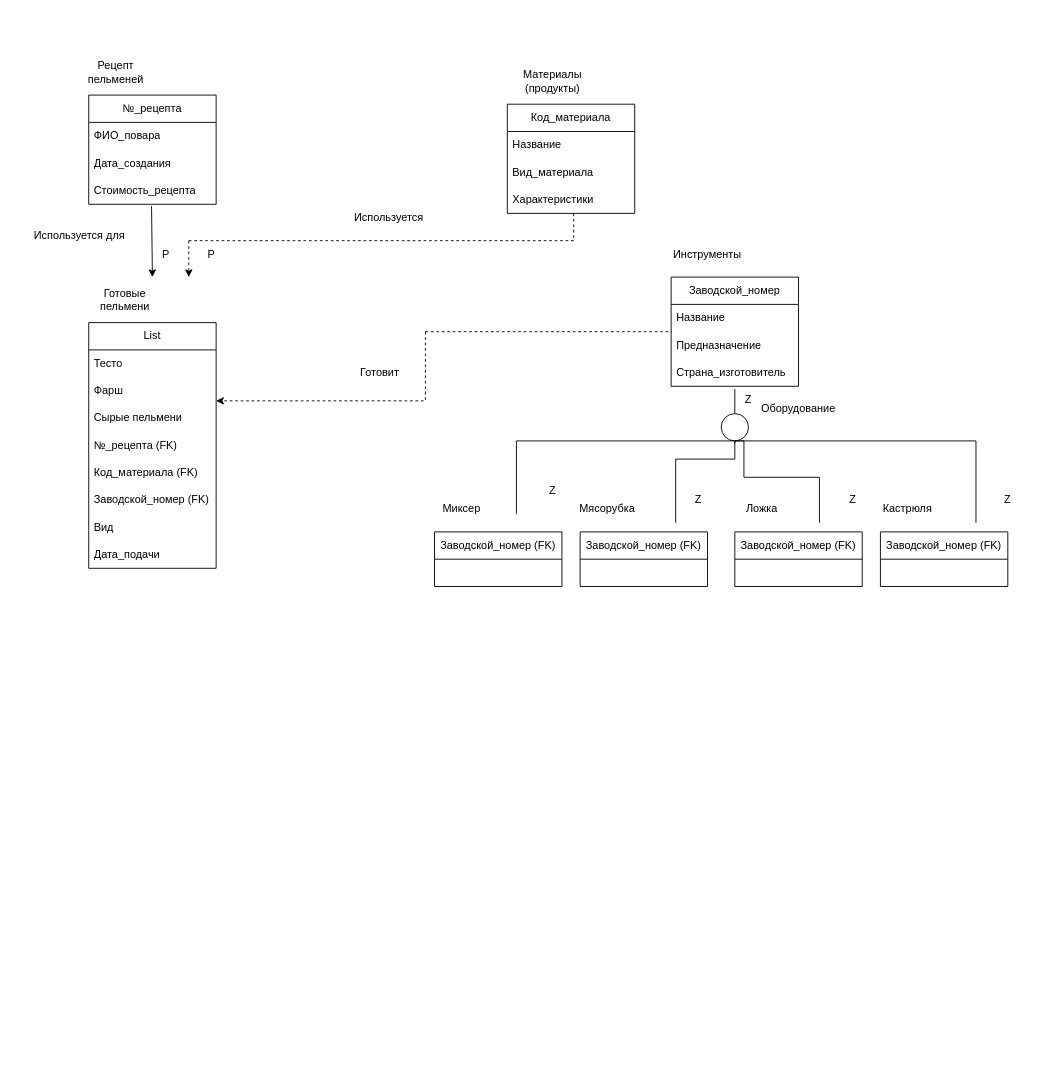
Discordiks/Rabota keeps this draw.io diagram as page "Страница 2" (2 of 2) of Pelmeni.drawio. Above is the earlier version. Source tidied: cells renumbered, new cells numbered last; positions are measured from the earlier drawing's top-left corner, leaving out a move shared by most shapes. Both pictures are drawn from the tidied source at 91%, with x=0, y=0 at pixel (15, 58).
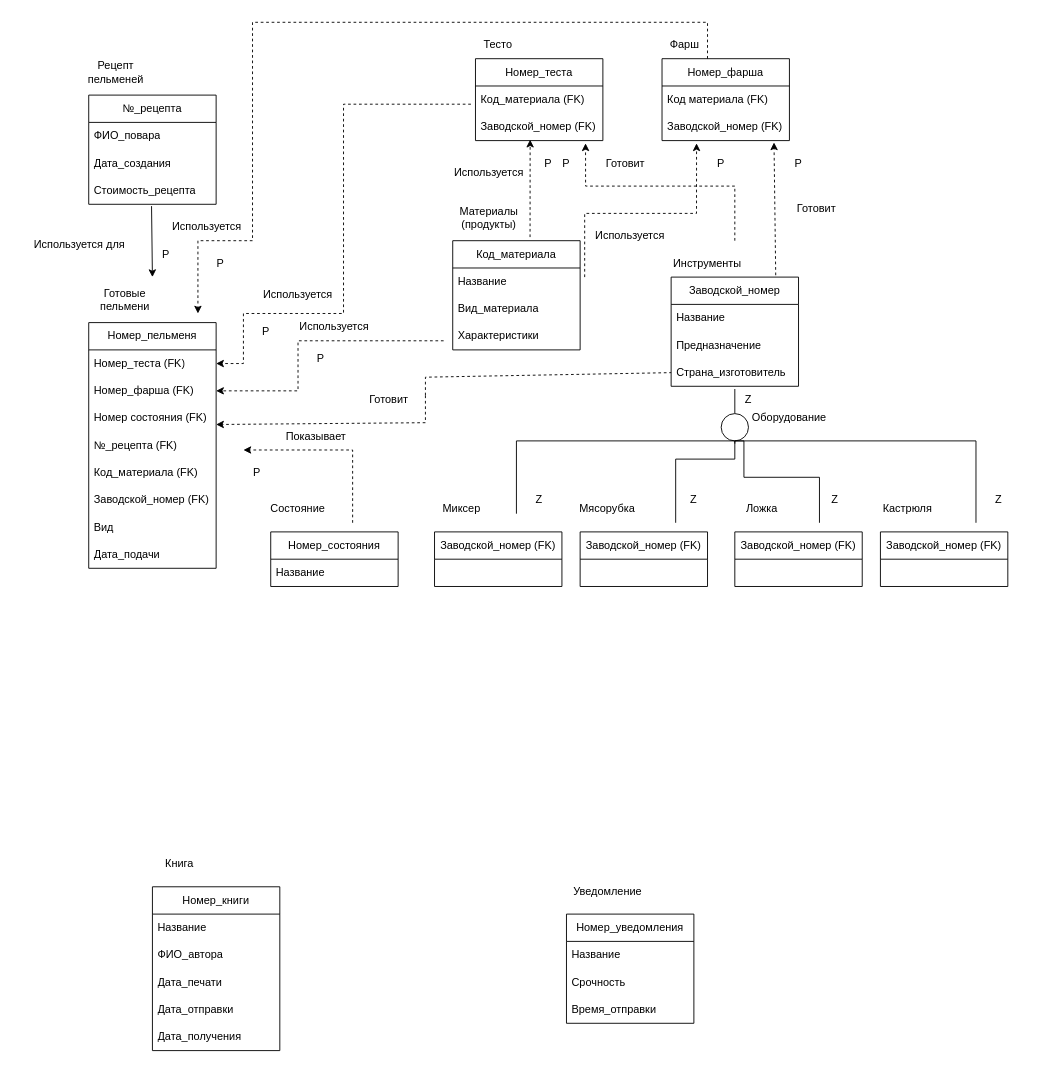
The same diagram, later.

Unchanged cells that the change refers to:
```xml
<mxCell id="10" value="Характеристики" style="text;strokeColor=none;fillColor=none;align=left;verticalAlign=middle;spacingLeft=4;spacingRight=4;overflow=hidden;points=[[0,0.5],[1,0.5]];portConstraint=eastwest;whiteSpace=wrap;html=1;" parent="7" vertex="1">
  <mxGeometry y="90" width="140" height="30" as="geometry" />
</mxCell>
<mxCell id="22" value="Заводской_номер" style="swimlane;fontStyle=0;horizontal=1;startSize=30;whiteSpace=wrap;html=1;" parent="1" vertex="1">
  <mxGeometry x="720" y="240" width="140" height="120" as="geometry" />
</mxCell>
<mxCell id="24" value="Предназначение" style="text;strokeColor=none;fillColor=none;align=left;verticalAlign=middle;spacingLeft=4;spacingRight=4;overflow=hidden;points=[[0,0.5],[1,0.5]];portConstraint=eastwest;whiteSpace=wrap;html=1;" parent="22" vertex="1">
  <mxGeometry y="60" width="140" height="30" as="geometry" />
</mxCell>
<mxCell id="25" value="Страна_изготовитель" style="text;strokeColor=none;fillColor=none;align=left;verticalAlign=middle;spacingLeft=4;spacingRight=4;overflow=hidden;points=[[0,0.5],[1,0.5]];portConstraint=eastwest;whiteSpace=wrap;html=1;" parent="22" vertex="1">
  <mxGeometry y="90" width="140" height="30" as="geometry" />
</mxCell>
```

Change to the diagram source:
```diff
@@
     <mxCell id="7" value="Код_материала" style="swimlane;fontStyle=0;horizontal=1;startSize=30;whiteSpace=wrap;html=1;" parent="1" vertex="1">
-      <mxGeometry x="540" y="50" width="140" height="120" as="geometry" />
+      <mxGeometry x="480" y="200" width="140" height="120" as="geometry" />
     </mxCell>
@@
     <mxCell id="11" value="Материалы&lt;br&gt;(продукты)" style="text;html=1;strokeColor=none;fillColor=none;align=center;verticalAlign=middle;whiteSpace=wrap;rounded=0;" parent="1" vertex="1">
-      <mxGeometry x="540" y="10" width="100" height="30" as="geometry" />
+      <mxGeometry x="470" y="160" width="100" height="30" as="geometry" />
     </mxCell>
-    <mxCell id="12" value="List" style="swimlane;fontStyle=0;horizontal=1;startSize=30;whiteSpace=wrap;html=1;" parent="1" vertex="1">
+    <mxCell id="12" value="Номер_пельменя" style="swimlane;fontStyle=0;horizontal=1;startSize=30;whiteSpace=wrap;html=1;" parent="1" vertex="1">
       <mxGeometry x="80" y="290" width="140" height="270" as="geometry" />
     </mxCell>
-    <mxCell id="13" value="Тесто" style="text;strokeColor=none;fillColor=none;align=left;verticalAlign=middle;spacingLeft=4;spacingRight=4;overflow=hidden;points=[[0,0.5],[1,0.5]];portConstraint=eastwest;whiteSpace=wrap;html=1;" parent="12" vertex="1">
+    <mxCell id="13" value="Номер_теста (FK)" style="text;strokeColor=none;fillColor=none;align=left;verticalAlign=middle;spacingLeft=4;spacingRight=4;overflow=hidden;points=[[0,0.5],[1,0.5]];portConstraint=eastwest;whiteSpace=wrap;html=1;" parent="12" vertex="1">
       <mxGeometry y="30" width="140" height="30" as="geometry" />
     </mxCell>
-    <mxCell id="14" value="Фарш" style="text;strokeColor=none;fillColor=none;align=left;verticalAlign=middle;spacingLeft=4;spacingRight=4;overflow=hidden;points=[[0,0.5],[1,0.5]];portConstraint=eastwest;whiteSpace=wrap;html=1;" parent="12" vertex="1">
+    <mxCell id="14" value="Номер_фарша (FK)" style="text;strokeColor=none;fillColor=none;align=left;verticalAlign=middle;spacingLeft=4;spacingRight=4;overflow=hidden;points=[[0,0.5],[1,0.5]];portConstraint=eastwest;whiteSpace=wrap;html=1;" parent="12" vertex="1">
       <mxGeometry y="60" width="140" height="30" as="geometry" />
     </mxCell>
-    <mxCell id="15" value="Сырые пельмени" style="text;strokeColor=none;fillColor=none;align=left;verticalAlign=middle;spacingLeft=4;spacingRight=4;overflow=hidden;points=[[0,0.5],[1,0.5]];portConstraint=eastwest;whiteSpace=wrap;html=1;" parent="12" vertex="1">
+    <mxCell id="15" value="Номер состояния (FK)" style="text;strokeColor=none;fillColor=none;align=left;verticalAlign=middle;spacingLeft=4;spacingRight=4;overflow=hidden;points=[[0,0.5],[1,0.5]];portConstraint=eastwest;whiteSpace=wrap;html=1;" parent="12" vertex="1">
       <mxGeometry y="90" width="140" height="30" as="geometry" />
     </mxCell>
@@
     <mxCell id="26" value="Инструменты" style="text;html=1;strokeColor=none;fillColor=none;align=center;verticalAlign=middle;whiteSpace=wrap;rounded=0;" parent="1" vertex="1">
-      <mxGeometry x="720" y="200" width="80" height="30" as="geometry" />
+      <mxGeometry x="720" y="210" width="80" height="30" as="geometry" />
     </mxCell>
@@
     <mxCell id="36" value="Используется для" style="text;html=1;strokeColor=none;fillColor=none;align=center;verticalAlign=middle;whiteSpace=wrap;rounded=0;" parent="1" vertex="1">
-      <mxGeometry y="180" width="140" height="30" as="geometry" />
+      <mxGeometry y="190" width="140" height="30" as="geometry" />
     </mxCell>
     <mxCell id="37" value="Используется" style="text;html=1;strokeColor=none;fillColor=none;align=center;verticalAlign=middle;whiteSpace=wrap;rounded=0;" parent="1" vertex="1">
-      <mxGeometry x="380" y="160" width="60" height="30" as="geometry" />
+      <mxGeometry x="320" y="280" width="60" height="30" as="geometry" />
     </mxCell>
-    <mxCell id="38" style="endArrow=none;html=1;rounded=0;dashed=1;entryX=0.521;entryY=1;entryDx=0;entryDy=0;entryPerimeter=0;" parent="1" edge="1" target="10">
-      <mxGeometry relative="1" as="geometry">
-        <mxPoint x="190" y="200" as="sourcePoint" />
-        <Array as="points">
-          <mxPoint x="613" y="200" />
-        </Array>
-      </mxGeometry>
-    </mxCell>
-    <mxCell id="39" style="endArrow=classic;html=1;rounded=0;dashed=1;" parent="1" edge="1">
-      <mxGeometry relative="1" as="geometry">
-        <mxPoint x="190" y="200" as="sourcePoint" />
-        <mxPoint x="190" y="240" as="targetPoint" />
-      </mxGeometry>
-    </mxCell>
@@
-    <mxCell id="41" value="Р&lt;br&gt;" style="text;html=1;strokeColor=none;fillColor=none;align=center;verticalAlign=middle;whiteSpace=wrap;rounded=0;" parent="1" vertex="1">
-      <mxGeometry x="200" y="200" width="30" height="30" as="geometry" />
-    </mxCell>
-    <mxCell id="42" style="endArrow=classic;html=1;rounded=0;dashed=1;entryX=1;entryY=-0.133;entryDx=0;entryDy=0;entryPerimeter=0;" parent="1" edge="1" target="15">
+    <mxCell id="42" style="endArrow=classic;html=1;rounded=0;dashed=1;entryX=1;entryY=0.733;entryDx=0;entryDy=0;entryPerimeter=0;" parent="1" edge="1" target="15">
       <mxGeometry relative="1" as="geometry">
-        <mxPoint x="450" y="300" as="sourcePoint" />
+        <mxPoint x="450" y="370" as="sourcePoint" />
         <Array as="points">
-          <mxPoint x="450" y="376" />
+          <mxPoint x="450" y="400" />
         </Array>
       </mxGeometry>
     </mxCell>
     <mxCell id="43" value="Готовит" style="text;html=1;strokeColor=none;fillColor=none;align=center;verticalAlign=middle;whiteSpace=wrap;rounded=0;" parent="1" vertex="1">
-      <mxGeometry x="370" y="330" width="60" height="30" as="geometry" />
+      <mxGeometry x="380" y="360" width="60" height="30" as="geometry" />
     </mxCell>
-    <mxCell id="44" style="endArrow=none;dashed=1;html=1;rounded=0;entryX=0.007;entryY=0;entryDx=0;entryDy=0;entryPerimeter=0;" parent="1" edge="1" target="24">
+    <mxCell id="44" style="endArrow=none;dashed=1;html=1;rounded=0;entryX=0;entryY=0.5;entryDx=0;entryDy=0;" parent="1" edge="1" target="25">
       <mxGeometry relative="1" as="geometry">
-        <mxPoint x="450" y="300" as="sourcePoint" />
+        <mxPoint x="450" y="370" as="sourcePoint" />
+        <Array as="points">
+          <mxPoint x="450" y="350" />
+        </Array>
       </mxGeometry>
     </mxCell>
@@
     <mxCell id="53" value="Z" style="text;html=1;strokeColor=none;fillColor=none;align=center;verticalAlign=middle;whiteSpace=wrap;rounded=0;" parent="1" vertex="1">
-      <mxGeometry x="560" y="460" width="60" height="30" as="geometry" />
+      <mxGeometry x="560" y="470" width="30" height="30" as="geometry" />
     </mxCell>
     <mxCell id="54" value="Z" style="text;html=1;strokeColor=none;fillColor=none;align=center;verticalAlign=middle;whiteSpace=wrap;rounded=0;" parent="1" vertex="1">
-      <mxGeometry x="720" y="470" width="60" height="30" as="geometry" />
+      <mxGeometry x="730" y="470" width="30" height="30" as="geometry" />
     </mxCell>
     <mxCell id="55" value="Z" style="text;html=1;strokeColor=none;fillColor=none;align=center;verticalAlign=middle;whiteSpace=wrap;rounded=0;" parent="1" vertex="1">
-      <mxGeometry x="890" y="470" width="60" height="30" as="geometry" />
+      <mxGeometry x="890" y="470" width="20" height="30" as="geometry" />
     </mxCell>
     <mxCell id="56" value="Z" style="text;html=1;strokeColor=none;fillColor=none;align=center;verticalAlign=middle;whiteSpace=wrap;rounded=0;" parent="1" vertex="1">
-      <mxGeometry x="1060" y="470" width="60" height="30" as="geometry" />
+      <mxGeometry x="1060" y="470" width="40" height="30" as="geometry" />
     </mxCell>
     <mxCell id="57" value="Оборудование" style="text;html=1;strokeColor=none;fillColor=none;align=center;verticalAlign=middle;whiteSpace=wrap;rounded=0;" parent="1" vertex="1">
-      <mxGeometry x="830" y="370" width="60" height="30" as="geometry" />
+      <mxGeometry x="820" y="380" width="60" height="30" as="geometry" />
     </mxCell>
+    <mxCell id="58" value="Номер_состояния" style="swimlane;fontStyle=0;horizontal=1;startSize=30;whiteSpace=wrap;html=1;" parent="1" vertex="1">
+      <mxGeometry x="280" y="520" width="140" height="60" as="geometry" />
+    </mxCell>
+    <mxCell id="59" value="Название" style="text;strokeColor=none;fillColor=none;align=left;verticalAlign=middle;spacingLeft=4;spacingRight=4;overflow=hidden;whiteSpace=wrap;html=1;" parent="58" vertex="1">
+      <mxGeometry y="30" width="140" height="30" as="geometry" />
+    </mxCell>
+    <mxCell id="60" value="Состояние" style="text;html=1;strokeColor=none;fillColor=none;align=center;verticalAlign=middle;whiteSpace=wrap;rounded=0;" parent="1" vertex="1">
+      <mxGeometry x="280" y="480" width="60" height="30" as="geometry" />
+    </mxCell>
+    <mxCell id="61" style="endArrow=classic;html=1;rounded=0;dashed=1;" parent="1" edge="1">
+      <mxGeometry relative="1" as="geometry">
+        <mxPoint x="370" y="510" as="sourcePoint" />
+        <mxPoint x="250" y="430" as="targetPoint" />
+        <Array as="points">
+          <mxPoint x="370" y="430" />
+        </Array>
+      </mxGeometry>
+    </mxCell>
+    <mxCell id="41" value="Р&lt;br&gt;" style="text;html=1;strokeColor=none;fillColor=none;align=center;verticalAlign=middle;whiteSpace=wrap;rounded=0;" parent="1" vertex="1">
+      <mxGeometry x="250" y="440" width="30" height="30" as="geometry" />
+    </mxCell>
+    <mxCell id="62" value="Показывает" style="text;html=1;strokeColor=none;fillColor=none;align=center;verticalAlign=middle;whiteSpace=wrap;rounded=0;" parent="1" vertex="1">
+      <mxGeometry x="280" y="400" width="100" height="30" as="geometry" />
+    </mxCell>
+    <mxCell id="63" value="Номер_теста" style="swimlane;fontStyle=0;horizontal=1;startSize=30;whiteSpace=wrap;html=1;" parent="1" vertex="1">
+      <mxGeometry x="505" width="140" height="90" as="geometry" />
+    </mxCell>
+    <mxCell id="64" value="Код_материала (FK)" style="text;strokeColor=none;fillColor=none;align=left;verticalAlign=middle;spacingLeft=4;spacingRight=4;overflow=hidden;whiteSpace=wrap;html=1;" parent="63" vertex="1">
+      <mxGeometry y="30" width="140" height="30" as="geometry" />
+    </mxCell>
+    <mxCell id="65" value="Заводской_номер (FK)" style="text;strokeColor=none;fillColor=none;align=left;verticalAlign=middle;spacingLeft=4;spacingRight=4;overflow=hidden;points=[[0,0.5],[1,0.5]];portConstraint=eastwest;whiteSpace=wrap;html=1;" parent="63" vertex="1">
+      <mxGeometry y="60" width="140" height="30" as="geometry" />
+    </mxCell>
+    <mxCell id="66" value="Номер_фарша" style="swimlane;fontStyle=0;horizontal=1;startSize=30;whiteSpace=wrap;html=1;" parent="1" vertex="1">
+      <mxGeometry x="710" width="140" height="90" as="geometry" />
+    </mxCell>
+    <mxCell id="67" value="Код материала (FK)" style="text;strokeColor=none;fillColor=none;align=left;verticalAlign=middle;spacingLeft=4;spacingRight=4;overflow=hidden;whiteSpace=wrap;html=1;" parent="66" vertex="1">
+      <mxGeometry y="30" width="140" height="30" as="geometry" />
+    </mxCell>
+    <mxCell id="68" value="Заводской_номер (FK)" style="text;strokeColor=none;fillColor=none;align=left;verticalAlign=middle;spacingLeft=4;spacingRight=4;overflow=hidden;points=[[0,0.5],[1,0.5]];portConstraint=eastwest;whiteSpace=wrap;html=1;" parent="66" vertex="1">
+      <mxGeometry y="60" width="140" height="30" as="geometry" />
+    </mxCell>
+    <mxCell id="69" style="endArrow=classic;html=1;rounded=0;dashed=1;entryX=0.864;entryY=1.1;entryDx=0;entryDy=0;entryPerimeter=0;edgeStyle=orthogonalEdgeStyle;" parent="1" edge="1" target="65">
+      <mxGeometry relative="1" as="geometry">
+        <mxPoint x="790" y="200" as="sourcePoint" />
+        <Array as="points">
+          <mxPoint x="790" y="200" />
+          <mxPoint x="790" y="140" />
+          <mxPoint x="626" y="140" />
+        </Array>
+      </mxGeometry>
+    </mxCell>
+    <mxCell id="70" style="endArrow=classic;html=1;rounded=0;dashed=1;entryX=0.429;entryY=0.967;entryDx=0;entryDy=0;entryPerimeter=0;exitX=0.607;exitY=-0.033;exitDx=0;exitDy=0;exitPerimeter=0;" parent="1" edge="1" source="7" target="65">
+      <mxGeometry relative="1" as="geometry" />
+    </mxCell>
+    <mxCell id="71" style="endArrow=classic;html=1;rounded=0;dashed=1;entryX=0.879;entryY=1.067;entryDx=0;entryDy=0;entryPerimeter=0;exitX=0.821;exitY=-0.017;exitDx=0;exitDy=0;exitPerimeter=0;" parent="1" edge="1" source="22" target="68">
+      <mxGeometry relative="1" as="geometry" />
+    </mxCell>
+    <mxCell id="72" style="endArrow=classic;html=1;rounded=0;dashed=1;edgeStyle=orthogonalEdgeStyle;entryX=1;entryY=0.5;entryDx=0;entryDy=0;" parent="1" edge="1" target="14">
+      <mxGeometry relative="1" as="geometry">
+        <mxPoint x="470" y="310" as="sourcePoint" />
+        <Array as="points">
+          <mxPoint x="470" y="310" />
+          <mxPoint x="310" y="310" />
+          <mxPoint x="310" y="365" />
+        </Array>
+      </mxGeometry>
+    </mxCell>
+    <mxCell id="73" style="endArrow=classic;html=1;rounded=0;dashed=1;entryX=1;entryY=0.5;entryDx=0;entryDy=0;edgeStyle=orthogonalEdgeStyle;" parent="1" edge="1" target="13">
+      <mxGeometry relative="1" as="geometry">
+        <mxPoint x="500" y="50" as="sourcePoint" />
+        <Array as="points">
+          <mxPoint x="360" y="50" />
+          <mxPoint x="360" y="280" />
+          <mxPoint x="250" y="280" />
+          <mxPoint x="250" y="335" />
+        </Array>
+      </mxGeometry>
+    </mxCell>
+    <mxCell id="74" style="endArrow=classic;html=1;rounded=0;dashed=1;exitX=0.357;exitY=0;exitDx=0;exitDy=0;exitPerimeter=0;" parent="1" edge="1" source="66">
+      <mxGeometry relative="1" as="geometry">
+        <mxPoint x="200" y="280" as="targetPoint" />
+        <Array as="points">
+          <mxPoint x="760" y="-40" />
+          <mxPoint x="260" y="-40" />
+          <mxPoint x="260" y="200" />
+          <mxPoint x="200" y="200" />
+        </Array>
+      </mxGeometry>
+    </mxCell>
+    <mxCell id="75" style="endArrow=classic;html=1;rounded=0;dashed=1;entryX=0.271;entryY=1.1;entryDx=0;entryDy=0;entryPerimeter=0;edgeStyle=orthogonalEdgeStyle;" parent="1" edge="1" target="68">
+      <mxGeometry relative="1" as="geometry">
+        <mxPoint x="625" y="240" as="sourcePoint" />
+        <Array as="points">
+          <mxPoint x="625" y="170" />
+          <mxPoint x="748" y="170" />
+        </Array>
+      </mxGeometry>
+    </mxCell>
+    <mxCell id="76" value="Используется" style="text;html=1;strokeColor=none;fillColor=none;align=center;verticalAlign=middle;whiteSpace=wrap;rounded=0;" parent="1" vertex="1">
+      <mxGeometry x="280" y="245" width="60" height="30" as="geometry" />
+    </mxCell>
+    <mxCell id="77" value="Используется" style="text;html=1;strokeColor=none;fillColor=none;align=center;verticalAlign=middle;whiteSpace=wrap;rounded=0;" parent="1" vertex="1">
+      <mxGeometry x="180" y="170" width="60" height="30" as="geometry" />
+    </mxCell>
+    <mxCell id="78" value="Используется" style="text;html=1;strokeColor=none;fillColor=none;align=center;verticalAlign=middle;whiteSpace=wrap;rounded=0;" parent="1" vertex="1">
+      <mxGeometry x="490" y="110" width="60" height="30" as="geometry" />
+    </mxCell>
+    <mxCell id="79" value="Используется" style="text;html=1;strokeColor=none;fillColor=none;align=center;verticalAlign=middle;whiteSpace=wrap;rounded=0;" parent="1" vertex="1">
+      <mxGeometry x="645" y="180" width="60" height="30" as="geometry" />
+    </mxCell>
+    <mxCell id="80" value="Готовит" style="text;html=1;strokeColor=none;fillColor=none;align=center;verticalAlign=middle;whiteSpace=wrap;rounded=0;" parent="1" vertex="1">
+      <mxGeometry x="640" y="100" width="60" height="30" as="geometry" />
+    </mxCell>
+    <mxCell id="81" value="Готовит" style="text;html=1;strokeColor=none;fillColor=none;align=center;verticalAlign=middle;whiteSpace=wrap;rounded=0;" parent="1" vertex="1">
+      <mxGeometry x="850" y="150" width="60" height="30" as="geometry" />
+    </mxCell>
+    <mxCell id="82" value="Р" style="text;html=1;strokeColor=none;fillColor=none;align=center;verticalAlign=middle;whiteSpace=wrap;rounded=0;" parent="1" vertex="1">
+      <mxGeometry x="210" y="210" width="30" height="30" as="geometry" />
+    </mxCell>
+    <mxCell id="83" value="Р" style="text;html=1;strokeColor=none;fillColor=none;align=center;verticalAlign=middle;whiteSpace=wrap;rounded=0;" parent="1" vertex="1">
+      <mxGeometry x="260" y="285" width="30" height="30" as="geometry" />
+    </mxCell>
+    <mxCell id="84" value="Р" style="text;html=1;strokeColor=none;fillColor=none;align=center;verticalAlign=middle;whiteSpace=wrap;rounded=0;" parent="1" vertex="1">
+      <mxGeometry x="320" y="315" width="30" height="30" as="geometry" />
+    </mxCell>
+    <mxCell id="85" value="Р" style="text;html=1;strokeColor=none;fillColor=none;align=center;verticalAlign=middle;whiteSpace=wrap;rounded=0;" parent="1" vertex="1">
+      <mxGeometry x="570" y="100" width="30" height="30" as="geometry" />
+    </mxCell>
+    <mxCell id="86" value="Р" style="text;html=1;strokeColor=none;fillColor=none;align=center;verticalAlign=middle;whiteSpace=wrap;rounded=0;" parent="1" vertex="1">
+      <mxGeometry x="760" y="100" width="30" height="30" as="geometry" />
+    </mxCell>
+    <mxCell id="87" value="Р" style="text;html=1;strokeColor=none;fillColor=none;align=center;verticalAlign=middle;whiteSpace=wrap;rounded=0;" parent="1" vertex="1">
+      <mxGeometry x="590" y="100" width="30" height="30" as="geometry" />
+    </mxCell>
+    <mxCell id="88" value="Р" style="text;html=1;strokeColor=none;fillColor=none;align=center;verticalAlign=middle;whiteSpace=wrap;rounded=0;" parent="1" vertex="1">
+      <mxGeometry x="845" y="100" width="30" height="30" as="geometry" />
+    </mxCell>
+    <mxCell id="89" value="Номер_книги" style="swimlane;fontStyle=0;horizontal=1;startSize=30;whiteSpace=wrap;html=1;" parent="1" vertex="1">
+      <mxGeometry x="150" y="910" width="140" height="180" as="geometry" />
+    </mxCell>
+    <mxCell id="90" value="Название" style="text;strokeColor=none;fillColor=none;align=left;verticalAlign=middle;spacingLeft=4;spacingRight=4;overflow=hidden;whiteSpace=wrap;html=1;" parent="89" vertex="1">
+      <mxGeometry y="30" width="140" height="30" as="geometry" />
+    </mxCell>
+    <mxCell id="91" value="ФИО_автора" style="text;strokeColor=none;fillColor=none;align=left;verticalAlign=middle;spacingLeft=4;spacingRight=4;overflow=hidden;whiteSpace=wrap;html=1;" parent="89" vertex="1">
+      <mxGeometry y="60" width="140" height="30" as="geometry" />
+    </mxCell>
+    <mxCell id="92" value="Дата_печати" style="text;strokeColor=none;fillColor=none;align=left;verticalAlign=middle;spacingLeft=4;spacingRight=4;overflow=hidden;whiteSpace=wrap;html=1;" parent="89" vertex="1">
+      <mxGeometry y="90" width="140" height="30" as="geometry" />
+    </mxCell>
+    <mxCell id="93" value="Дата_отправки" style="text;strokeColor=none;fillColor=none;align=left;verticalAlign=middle;spacingLeft=4;spacingRight=4;overflow=hidden;whiteSpace=wrap;html=1;" parent="89" vertex="1">
+      <mxGeometry y="120" width="140" height="30" as="geometry" />
+    </mxCell>
+    <mxCell id="94" value="Дата_получения" style="text;strokeColor=none;fillColor=none;align=left;verticalAlign=middle;spacingLeft=4;spacingRight=4;overflow=hidden;whiteSpace=wrap;html=1;" parent="89" vertex="1">
+      <mxGeometry y="150" width="140" height="30" as="geometry" />
+    </mxCell>
+    <mxCell id="95" value="Книга" style="text;html=1;strokeColor=none;fillColor=none;align=center;verticalAlign=middle;whiteSpace=wrap;rounded=0;" parent="1" vertex="1">
+      <mxGeometry x="150" y="870" width="60" height="30" as="geometry" />
+    </mxCell>
+    <mxCell id="96" value="Номер_уведомления" style="swimlane;fontStyle=0;horizontal=1;startSize=30;whiteSpace=wrap;html=1;" parent="1" vertex="1">
+      <mxGeometry x="605" y="940" width="140" height="120" as="geometry" />
+    </mxCell>
+    <mxCell id="97" value="Название" style="text;strokeColor=none;fillColor=none;align=left;verticalAlign=middle;spacingLeft=4;spacingRight=4;overflow=hidden;whiteSpace=wrap;html=1;" parent="96" vertex="1">
+      <mxGeometry y="30" width="140" height="30" as="geometry" />
+    </mxCell>
+    <mxCell id="98" value="Срочность" style="text;strokeColor=none;fillColor=none;align=left;verticalAlign=middle;spacingLeft=4;spacingRight=4;overflow=hidden;whiteSpace=wrap;html=1;" parent="96" vertex="1">
+      <mxGeometry y="60" width="140" height="30" as="geometry" />
+    </mxCell>
+    <mxCell id="99" value="Время_отправки" style="text;strokeColor=none;fillColor=none;align=left;verticalAlign=middle;spacingLeft=4;spacingRight=4;overflow=hidden;whiteSpace=wrap;html=1;" parent="96" vertex="1">
+      <mxGeometry y="90" width="140" height="30" as="geometry" />
+    </mxCell>
+    <mxCell id="100" value="Уведомление" style="text;html=1;strokeColor=none;fillColor=none;align=center;verticalAlign=middle;whiteSpace=wrap;rounded=0;" parent="1" vertex="1">
+      <mxGeometry x="608.5" y="900" width="83" height="30" as="geometry" />
+    </mxCell>
+    <mxCell id="101" value="Тесто" style="text;html=1;strokeColor=none;fillColor=none;align=center;verticalAlign=middle;whiteSpace=wrap;rounded=0;" parent="1" vertex="1">
+      <mxGeometry x="500" y="-30" width="60" height="30" as="geometry" />
+    </mxCell>
+    <mxCell id="102" value="Фарш" style="text;html=1;strokeColor=none;fillColor=none;align=center;verticalAlign=middle;whiteSpace=wrap;rounded=0;" parent="1" vertex="1">
+      <mxGeometry x="705" y="-30" width="60" height="30" as="geometry" />
+    </mxCell>
```
